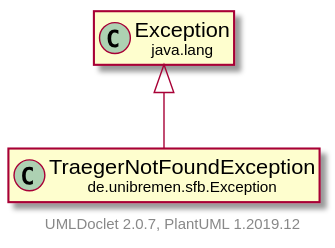
Earlier version of the PlantUML export doc/UML/modulsichtSVG/TraegerNotFoundException.svg (fkehlenb/softwareprojekt-2). Its diagram source:
```plantuml
@startuml
    set namespaceSeparator none
    hide empty fields
    hide empty methods

    class "<size:14>TraegerNotFoundException\n<size:10>de.unibremen.sfb.Exception" as de.unibremen.sfb.Exception.TraegerNotFoundException [[TraegerNotFoundException.html]]

    class "<size:14>Exception\n<size:10>java.lang" as java.lang.Exception [[https://docs.oracle.com/en/java/javase/11/docs/api/java.base/java/lang/Exception.html?is-external=true]]

    java.lang.Exception <|-- de.unibremen.sfb.Exception.TraegerNotFoundException

    center footer UMLDoclet 2.0.7, PlantUML 1.2019.12
@enduml
```
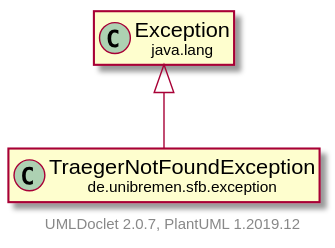
The same file after the commit.

What changed in the source:
```diff
@@ -3,11 +3,11 @@
     hide empty fields
     hide empty methods
 
-    class "<size:14>TraegerNotFoundException\n<size:10>de.unibremen.sfb.Exception" as de.unibremen.sfb.Exception.TraegerNotFoundException [[TraegerNotFoundException.html]]
+    class "<size:14>TraegerNotFoundException\n<size:10>de.unibremen.sfb.exception" as de.unibremen.sfb.exception.TraegerNotFoundException [[TraegerNotFoundException.html]]
 
-    class "<size:14>Exception\n<size:10>java.lang" as java.lang.Exception [[https://docs.oracle.com/en/java/javase/11/docs/api/java.base/java/lang/Exception.html?is-external=true]]
+    class "<size:14>exception\n<size:10>java.lang" as java.lang.exception [[https://docs.oracle.com/en/java/javase/11/docs/api/java.base/java/lang/Exception.html?is-external=true]]
 
-    java.lang.Exception <|-- de.unibremen.sfb.Exception.TraegerNotFoundException
+    java.lang.exception <|-- de.unibremen.sfb.exception.TraegerNotFoundException
 
     center footer UMLDoclet 2.0.7, PlantUML 1.2019.12
 @enduml
```
